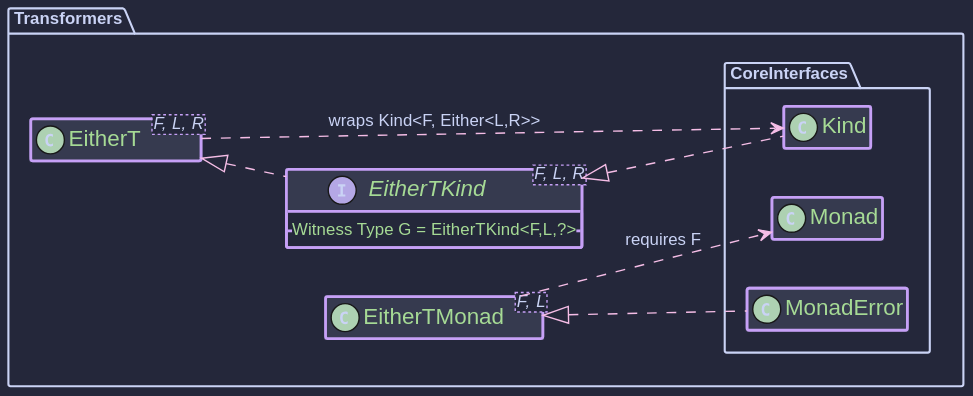
Earlier version of the PlantUML export hkj-book/src/images/puml/transformers.svg (higher-kinded-j/higher-kinded-j).
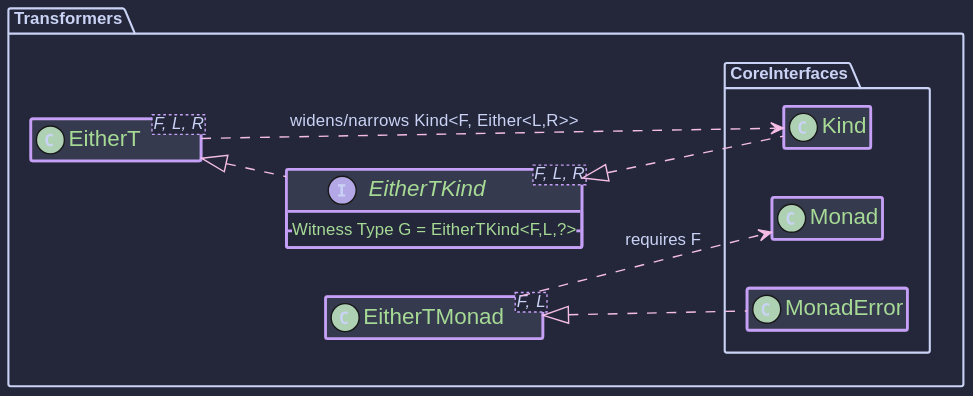
After the commit.

The edit, as a diff of the source:
```diff
@@ -14,6 +14,6 @@
      EitherT <|.. EitherTKind
      EitherTKind <|.. CoreInterfaces.Kind
      EitherTMonad ..> CoreInterfaces.Monad : requires F
-     EitherT ..> CoreInterfaces.Kind : wraps Kind<F, Either<L,R>>
+     EitherT ..> CoreInterfaces.Kind : widens/narrows  Kind<F, Either<L,R>>
 }
 @enduml
```
